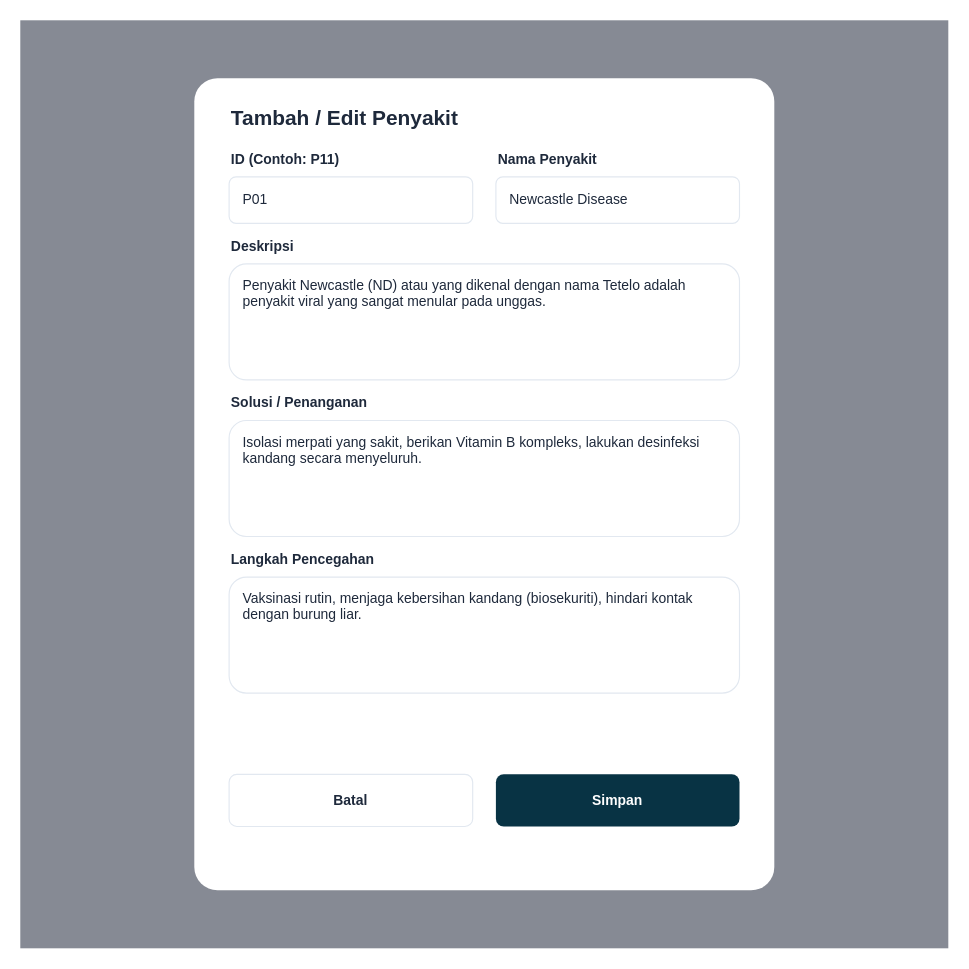
Jinsky/Jinsky keeps this draw.io diagram as diagram/desain/admin_penyakit_form.drawio. Above is the earlier version. Source tidied: cells renumbered, new cells numbered last; positions are measured from the earlier drawing's top-left corner, leaving out a move shared by most shapes. Both pictures are drawn from the tidied source at 116%, with x=0, y=0 at pixel (20, 20).
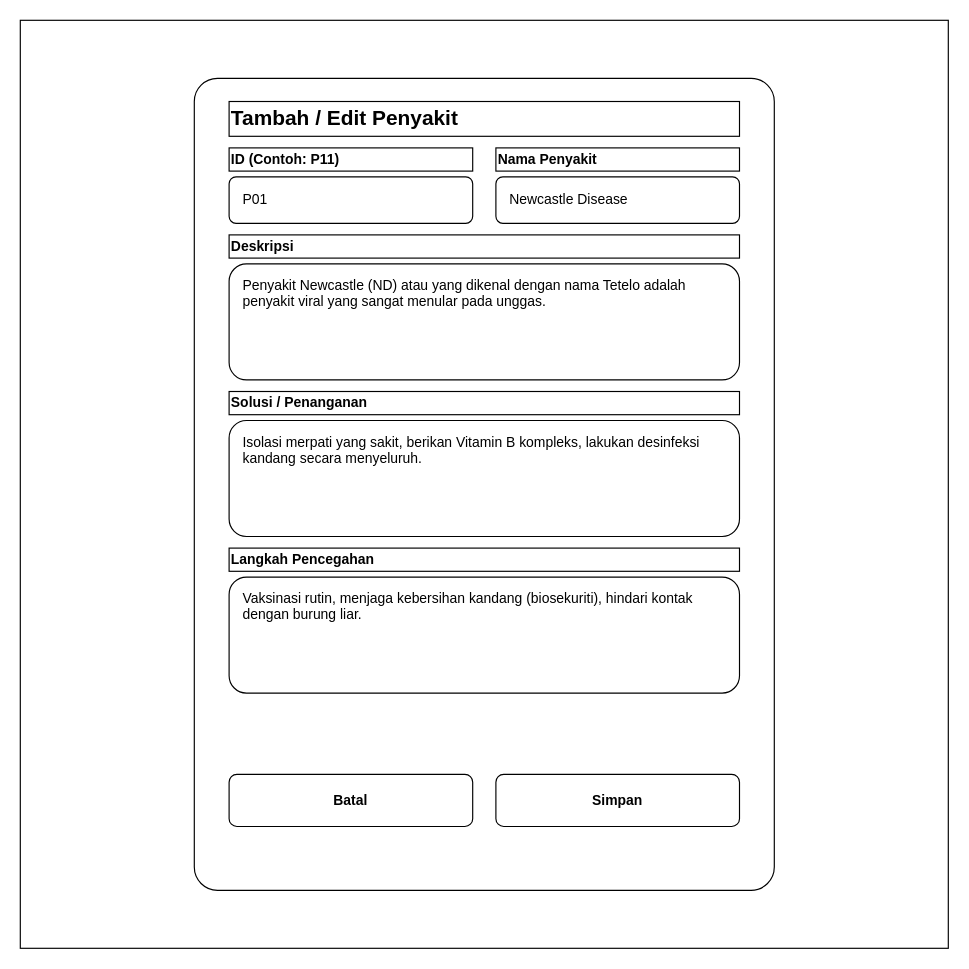
The same page after the edit.

Change to the diagram source:
```diff
@@
 <mxGraphModel>
   <root>
     <mxCell id="0" />
     <mxCell id="1" parent="0" />
-    <mxCell id="2" style="rounded=0;whiteSpace=wrap;html=1;fillColor=#0f172a;opacity=50;strokeColor=none;" parent="1" vertex="1">
+    <mxCell id="2" style="rounded=0;whiteSpace=wrap;html=1;fillColor=#ffffff;strokeColor=#000000;fontColor=#000000;" parent="1" vertex="1">
       <mxGeometry width="800" height="800" as="geometry" />
     </mxCell>
-    <mxCell id="3" style="rounded=0;whiteSpace=wrap;html=1;fillColor=#ffffff;strokeColor=none;arcSize=4;rounded=1;" parent="1" vertex="1">
+    <mxCell id="3" style="rounded=1;whiteSpace=wrap;html=1;fillColor=#ffffff;strokeColor=#000000;arcSize=4;fontColor=#000000;" parent="1" vertex="1">
       <mxGeometry x="150" y="50" width="500" height="700" as="geometry" />
     </mxCell>
-    <mxCell id="4" value="Tambah / Edit Penyakit" style="text;html=1;strokeColor=none;fillColor=none;align=left;verticalAlign=middle;whiteSpace=wrap;rounded=0;fontSize=18;fontStyle=1;fontColor=#1e293b;" parent="1" vertex="1">
+    <mxCell id="4" value="Tambah / Edit Penyakit" style="text;html=1;strokeColor=#000000;fillColor=none;align=left;verticalAlign=middle;whiteSpace=wrap;rounded=0;fontSize=18;fontStyle=1;fontColor=#000000;" parent="1" vertex="1">
       <mxGeometry x="180" y="70" width="440" height="30" as="geometry" />
     </mxCell>
-    <mxCell id="5" value="ID (Contoh: P11)" style="text;html=1;strokeColor=none;fillColor=none;align=left;verticalAlign=middle;whiteSpace=wrap;rounded=0;fontSize=12;fontStyle=1;fontColor=#1e293b;" parent="1" vertex="1">
+    <mxCell id="5" value="ID (Contoh: P11)" style="text;html=1;strokeColor=#000000;fillColor=none;align=left;verticalAlign=middle;whiteSpace=wrap;rounded=0;fontSize=12;fontStyle=1;fontColor=#000000;" parent="1" vertex="1">
       <mxGeometry x="180" y="110" width="210" height="20" as="geometry" />
     </mxCell>
-    <mxCell id="6" value="P01" style="rounded=1;whiteSpace=wrap;html=1;fillColor=#ffffff;strokeColor=#e2e8f0;align=left;spacingLeft=10;fontColor=#1e293b;" parent="1" vertex="1">
+    <mxCell id="6" value="P01" style="rounded=1;whiteSpace=wrap;html=1;fillColor=#ffffff;strokeColor=#000000;align=left;spacingLeft=10;fontColor=#000000;" parent="1" vertex="1">
       <mxGeometry x="180" y="135" width="210" height="40" as="geometry" />
     </mxCell>
-    <mxCell id="7" value="Nama Penyakit" style="text;html=1;strokeColor=none;fillColor=none;align=left;verticalAlign=middle;whiteSpace=wrap;rounded=0;fontSize=12;fontStyle=1;fontColor=#1e293b;" parent="1" vertex="1">
+    <mxCell id="7" value="Nama Penyakit" style="text;html=1;strokeColor=#000000;fillColor=none;align=left;verticalAlign=middle;whiteSpace=wrap;rounded=0;fontSize=12;fontStyle=1;fontColor=#000000;" parent="1" vertex="1">
       <mxGeometry x="410" y="110" width="210" height="20" as="geometry" />
     </mxCell>
-    <mxCell id="8" value="Newcastle Disease" style="rounded=1;whiteSpace=wrap;html=1;fillColor=#ffffff;strokeColor=#e2e8f0;align=left;spacingLeft=10;fontColor=#1e293b;" parent="1" vertex="1">
+    <mxCell id="8" value="Newcastle Disease" style="rounded=1;whiteSpace=wrap;html=1;fillColor=#ffffff;strokeColor=#000000;align=left;spacingLeft=10;fontColor=#000000;" parent="1" vertex="1">
       <mxGeometry x="410" y="135" width="210" height="40" as="geometry" />
     </mxCell>
-    <mxCell id="9" value="Deskripsi" style="text;html=1;strokeColor=none;fillColor=none;align=left;verticalAlign=middle;whiteSpace=wrap;rounded=0;fontSize=12;fontStyle=1;fontColor=#1e293b;" parent="1" vertex="1">
+    <mxCell id="9" value="Deskripsi" style="text;html=1;strokeColor=#000000;fillColor=none;align=left;verticalAlign=middle;whiteSpace=wrap;rounded=0;fontSize=12;fontStyle=1;fontColor=#000000;" parent="1" vertex="1">
       <mxGeometry x="180" y="185" width="440" height="20" as="geometry" />
     </mxCell>
-    <mxCell id="10" value="Penyakit Newcastle (ND) atau yang dikenal dengan nama Tetelo adalah penyakit viral yang sangat menular pada unggas." style="rounded=1;whiteSpace=wrap;html=1;fillColor=#ffffff;strokeColor=#e2e8f0;align=left;spacingLeft=10;fontColor=#1e293b;verticalAlign=top;spacingTop=5;" parent="1" vertex="1">
+    <mxCell id="10" value="Penyakit Newcastle (ND) atau yang dikenal dengan nama Tetelo adalah penyakit viral yang sangat menular pada unggas." style="rounded=1;whiteSpace=wrap;html=1;fillColor=#ffffff;strokeColor=#000000;align=left;spacingLeft=10;fontColor=#000000;verticalAlign=top;spacingTop=5;" parent="1" vertex="1">
       <mxGeometry x="180" y="210" width="440" height="100" as="geometry" />
     </mxCell>
-    <mxCell id="11" value="Solusi / Penanganan" style="text;html=1;strokeColor=none;fillColor=none;align=left;verticalAlign=middle;whiteSpace=wrap;rounded=0;fontSize=12;fontStyle=1;fontColor=#1e293b;" parent="1" vertex="1">
+    <mxCell id="11" value="Solusi / Penanganan" style="text;html=1;strokeColor=#000000;fillColor=none;align=left;verticalAlign=middle;whiteSpace=wrap;rounded=0;fontSize=12;fontStyle=1;fontColor=#000000;" parent="1" vertex="1">
       <mxGeometry x="180" y="320" width="440" height="20" as="geometry" />
     </mxCell>
-    <mxCell id="12" value="Isolasi merpati yang sakit, berikan Vitamin B kompleks, lakukan desinfeksi kandang secara menyeluruh." style="rounded=1;whiteSpace=wrap;html=1;fillColor=#ffffff;strokeColor=#e2e8f0;align=left;spacingLeft=10;fontColor=#1e293b;verticalAlign=top;spacingTop=5;" parent="1" vertex="1">
+    <mxCell id="12" value="Isolasi merpati yang sakit, berikan Vitamin B kompleks, lakukan desinfeksi kandang secara menyeluruh." style="rounded=1;whiteSpace=wrap;html=1;fillColor=#ffffff;strokeColor=#000000;align=left;spacingLeft=10;fontColor=#000000;verticalAlign=top;spacingTop=5;" parent="1" vertex="1">
       <mxGeometry x="180" y="345" width="440" height="100" as="geometry" />
     </mxCell>
-    <mxCell id="13" value="Langkah Pencegahan" style="text;html=1;strokeColor=none;fillColor=none;align=left;verticalAlign=middle;whiteSpace=wrap;rounded=0;fontSize=12;fontStyle=1;fontColor=#1e293b;" parent="1" vertex="1">
+    <mxCell id="13" value="Langkah Pencegahan" style="text;html=1;strokeColor=#000000;fillColor=none;align=left;verticalAlign=middle;whiteSpace=wrap;rounded=0;fontSize=12;fontStyle=1;fontColor=#000000;" parent="1" vertex="1">
       <mxGeometry x="180" y="455" width="440" height="20" as="geometry" />
     </mxCell>
-    <mxCell id="14" value="Vaksinasi rutin, menjaga kebersihan kandang (biosekuriti), hindari kontak dengan burung liar." style="rounded=1;whiteSpace=wrap;html=1;fillColor=#ffffff;strokeColor=#e2e8f0;align=left;spacingLeft=10;fontColor=#1e293b;verticalAlign=top;spacingTop=5;" parent="1" vertex="1">
+    <mxCell id="14" value="Vaksinasi rutin, menjaga kebersihan kandang (biosekuriti), hindari kontak dengan burung liar." style="rounded=1;whiteSpace=wrap;html=1;fillColor=#ffffff;strokeColor=#000000;align=left;spacingLeft=10;fontColor=#000000;verticalAlign=top;spacingTop=5;" parent="1" vertex="1">
       <mxGeometry x="180" y="480" width="440" height="100" as="geometry" />
     </mxCell>
-    <mxCell id="15" value="Batal" style="rounded=1;whiteSpace=wrap;html=1;fillColor=#ffffff;strokeColor=#e2e8f0;fontStyle=1;fontColor=#1e293b;" parent="1" vertex="1">
+    <mxCell id="15" value="Batal" style="rounded=1;whiteSpace=wrap;html=1;fillColor=#ffffff;strokeColor=#000000;fontStyle=1;fontColor=#000000;" parent="1" vertex="1">
       <mxGeometry x="180" y="650" width="210" height="45" as="geometry" />
     </mxCell>
-    <mxCell id="16" value="Simpan" style="rounded=1;whiteSpace=wrap;html=1;fillColor=#083344;strokeColor=none;fontStyle=1;fontColor=#ffffff;" parent="1" vertex="1">
+    <mxCell id="16" value="Simpan" style="rounded=1;whiteSpace=wrap;html=1;fillColor=#ffffff;strokeColor=#000000;fontStyle=1;fontColor=#000000;" parent="1" vertex="1">
       <mxGeometry x="410" y="650" width="210" height="45" as="geometry" />
     </mxCell>
   </root>
 </mxGraphModel>
```
